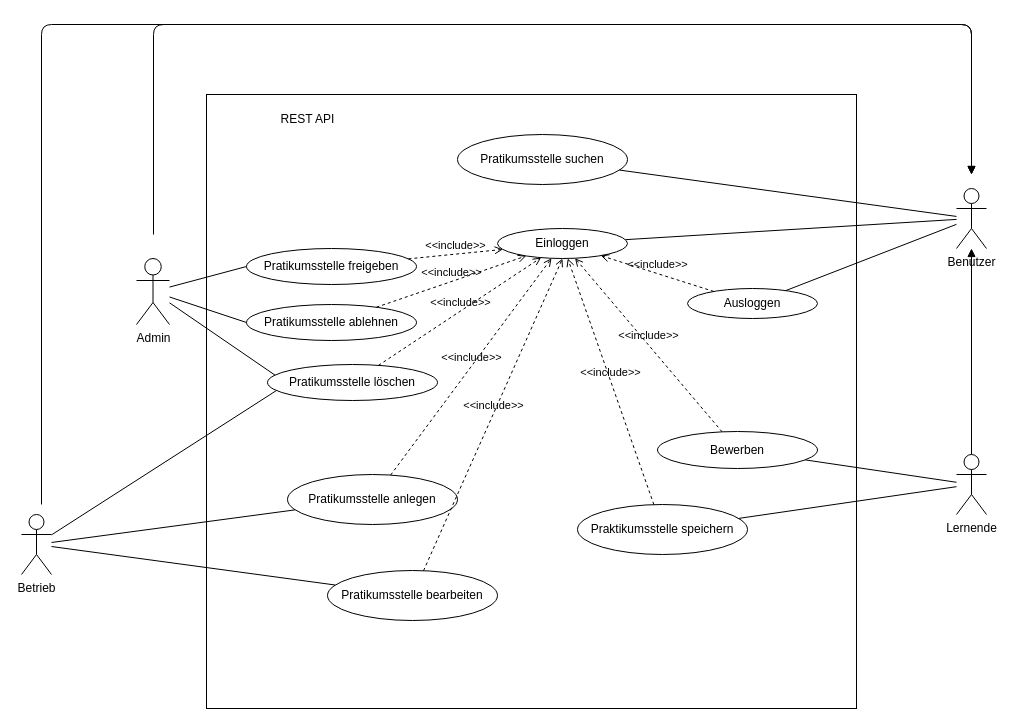
Before: docs/use-case-diagram.drawio in binhpham199x/praktikumsboerse, a draw.io diagram. Source tidied: cells renumbered, new cells numbered last; positions are measured from the earlier drawing's top-left corner, leaving out a move shared by most shapes. Both pictures are drawn from the tidied source at 100%, with x=0, y=0 at pixel (21, 24).
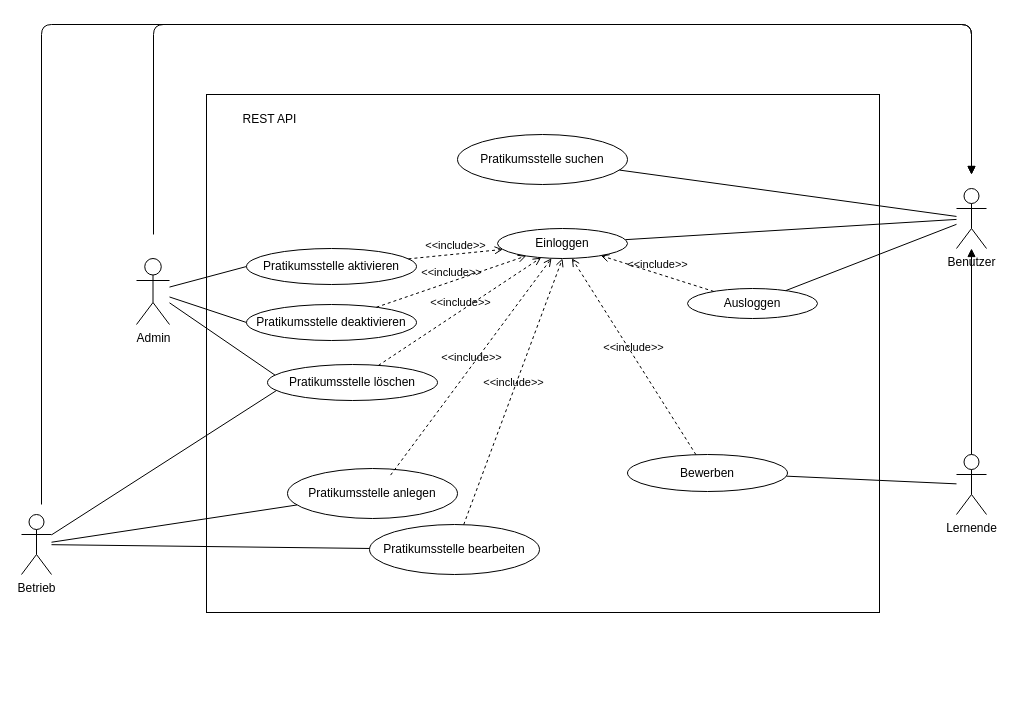
Above is the later version.

Commit message (it also covers changes not shown here):
docs: update use case diagram and rename er diagram

Unchanged cells that the change refers to:
```xml
<mxCell id="8" value="Einloggen" style="ellipse;whiteSpace=wrap;html=1;" parent="1" vertex="1">
  <mxGeometry x="476" y="204" width="130" height="30" as="geometry" />
</mxCell>
<mxCell id="14" value="Lernende" style="shape=umlActor;verticalLabelPosition=bottom;verticalAlign=top;html=1;outlineConnect=0;" parent="1" vertex="1">
  <mxGeometry x="935" y="430" width="30" height="60" as="geometry" />
</mxCell>
```

Change to the diagram source:
```diff
@@
     <mxCell id="2" style="rounded=0;whiteSpace=wrap;html=1;" parent="1" vertex="1">
-      <mxGeometry x="185" y="70" width="650" height="614" as="geometry" />
+      <mxGeometry x="185" y="70" width="673" height="518" as="geometry" />
     </mxCell>
@@
-    <mxCell id="13" style="edgeStyle=none;html=1;startArrow=none;startFill=0;endArrow=none;endFill=0;" parent="1" edge="1" source="14" target="31">
-      <mxGeometry relative="1" as="geometry" />
-    </mxCell>
@@
     <mxCell id="16" value="Pratikumsstelle anlegen" style="ellipse;whiteSpace=wrap;html=1;" parent="1" vertex="1">
-      <mxGeometry x="266" y="450" width="170" height="50" as="geometry" />
+      <mxGeometry x="266" y="444" width="170" height="50" as="geometry" />
     </mxCell>
@@
     <mxCell id="18" value="Bewerben" style="ellipse;whiteSpace=wrap;html=1;" parent="1" vertex="1">
-      <mxGeometry x="636" y="407" width="160" height="37" as="geometry" />
+      <mxGeometry x="606" y="430" width="160" height="37" as="geometry" />
     </mxCell>
     <mxCell id="19" value="REST API" style="text;html=1;align=center;verticalAlign=middle;strokeColor=none;fillColor=none;" parent="1" vertex="1">
-      <mxGeometry x="246" y="80" width="80" height="30" as="geometry" />
+      <mxGeometry x="208" y="80" width="80" height="30" as="geometry" />
     </mxCell>
@@
-    <mxCell id="31" value="Praktikumsstelle speichern" style="ellipse;whiteSpace=wrap;html=1;" parent="1" vertex="1">
-      <mxGeometry x="556" y="480" width="170" height="50" as="geometry" />
-    </mxCell>
-    <mxCell id="32" value="&amp;lt;&amp;lt;include&amp;gt;&amp;gt;" style="html=1;verticalAlign=bottom;labelBackgroundColor=none;endArrow=open;endFill=0;dashed=1;" parent="1" edge="1" source="31" target="8">
-      <mxGeometry relative="1" as="geometry" />
-    </mxCell>
     <mxCell id="33" value="Pratikumsstelle bearbeiten" style="ellipse;whiteSpace=wrap;html=1;" parent="1" vertex="1">
-      <mxGeometry x="306" y="546" width="170" height="50" as="geometry" />
+      <mxGeometry x="348" y="500" width="170" height="50" as="geometry" />
     </mxCell>
-    <mxCell id="34" value="Pratikumsstelle freigeben" style="ellipse;whiteSpace=wrap;html=1;" parent="1" vertex="1">
+    <mxCell id="34" value="Pratikumsstelle aktivieren" style="ellipse;whiteSpace=wrap;html=1;" parent="1" vertex="1">
       <mxGeometry x="225" y="224" width="170" height="36" as="geometry" />
     </mxCell>
-    <mxCell id="35" value="Pratikumsstelle ablehnen" style="ellipse;whiteSpace=wrap;html=1;" parent="1" vertex="1">
+    <mxCell id="35" value="Pratikumsstelle deaktivieren" style="ellipse;whiteSpace=wrap;html=1;" parent="1" vertex="1">
       <mxGeometry x="225" y="280" width="170" height="36" as="geometry" />
     </mxCell>
```
